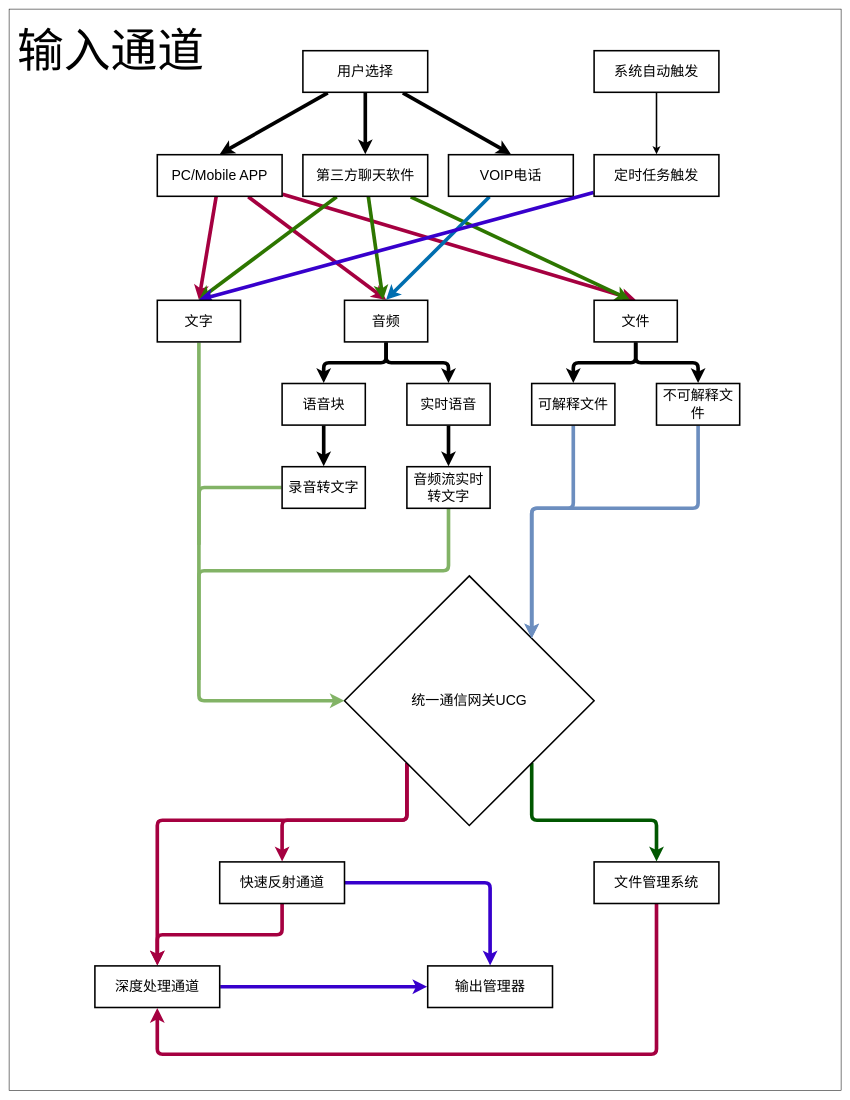
231055558/Entropy_agent keeps this draw.io diagram as doc/dev_doc/overall_dev_chart.drawio. Above is the earlier version. Source tidied: cells renumbered, new cells numbered last; positions are measured from the earlier drawing's top-left corner, leaving out a move shared by most shapes. Both pictures are drawn from the tidied source at 52%, with x=0, y=0 at pixel (9, 9).
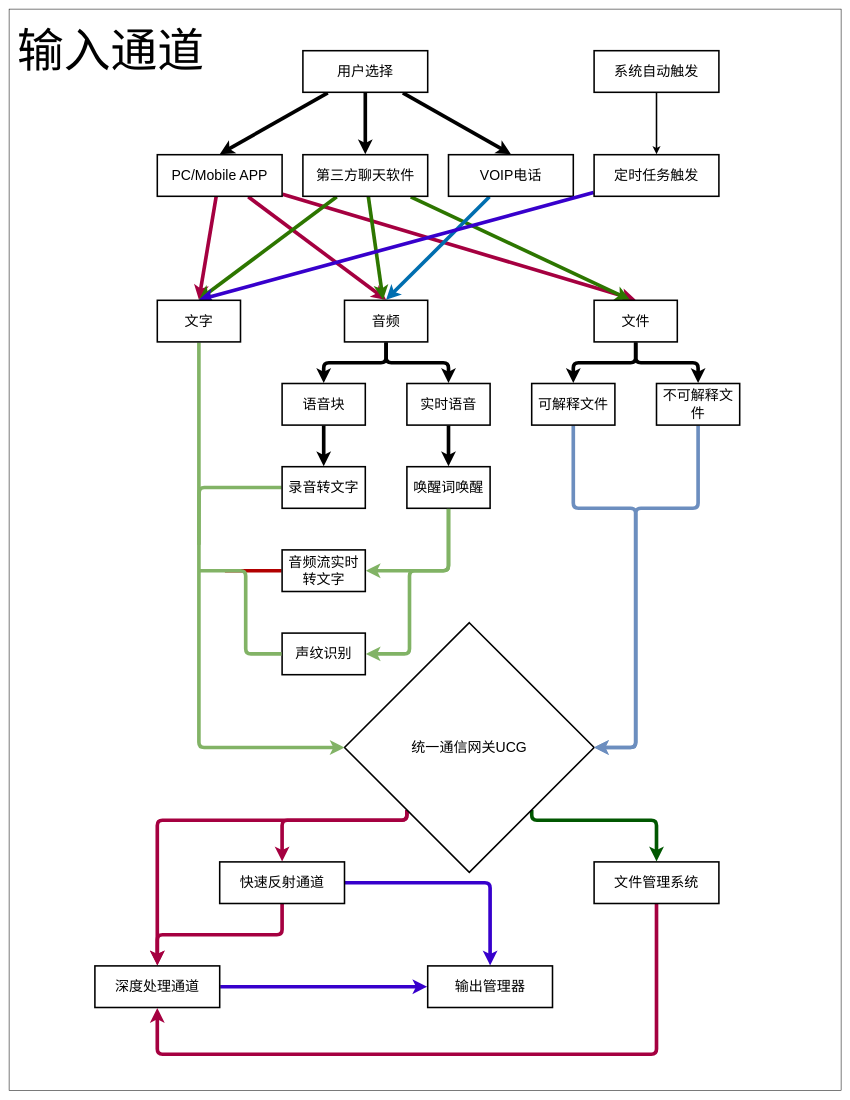
Above is the later version.

Commit message (it also covers changes not shown here):
修改了新的图，语音转文字api依旧有问题

Unchanged cells that the change refers to:
```xml
<mxCell id="26" value="&lt;font style=&quot;font-size: 27px;&quot;&gt;文字&lt;/font&gt;" style="whiteSpace=wrap;html=1;strokeWidth=3;perimeterSpacing=1;" parent="1" vertex="1">
  <mxGeometry x="285" y="560" width="160" height="80" as="geometry" />
</mxCell>
<mxCell id="28" value="&lt;font style=&quot;font-size: 27px;&quot;&gt;实时语音&lt;/font&gt;" style="whiteSpace=wrap;html=1;strokeWidth=3;perimeterSpacing=1;" parent="1" vertex="1">
  <mxGeometry x="765" y="720" width="160" height="80" as="geometry" />
</mxCell>
<mxCell id="38" value="&lt;span style=&quot;font-size: 27px;&quot;&gt;不可解释文件&lt;/span&gt;" style="whiteSpace=wrap;html=1;strokeWidth=3;perimeterSpacing=1;" parent="1" vertex="1">
  <mxGeometry x="1245" y="720" width="160" height="80" as="geometry" />
</mxCell>
<mxCell id="40" value="&lt;span style=&quot;font-size: 27px;&quot;&gt;可解释文件&lt;/span&gt;" style="whiteSpace=wrap;html=1;strokeWidth=3;perimeterSpacing=1;" parent="1" vertex="1">
  <mxGeometry x="1005" y="720" width="160" height="80" as="geometry" />
</mxCell>
```

Change to the diagram source:
```diff
@@
     <mxCell id="24" value="统一通信网关UCG" style="rhombus;whiteSpace=wrap;html=1;strokeWidth=3;fontSize=27;" parent="1" vertex="1">
-      <mxGeometry x="645" y="1090" width="480" height="480" as="geometry" />
+      <mxGeometry x="645" y="1180" width="480" height="480" as="geometry" />
     </mxCell>
     <mxCell id="25" style="edgeStyle=orthogonalEdgeStyle;html=1;entryX=0;entryY=0.5;entryDx=0;entryDy=0;strokeWidth=7;fontSize=27;fillColor=#d5e8d4;strokeColor=#82b366;" parent="1" edge="1" source="26" target="24">
       <mxGeometry relative="1" as="geometry">
         <Array as="points">
-          <mxPoint x="365" y="1330" />
+          <mxPoint x="365" y="1420" />
         </Array>
       </mxGeometry>
     </mxCell>
@@
-    <mxCell id="27" style="edgeStyle=orthogonalEdgeStyle;html=1;entryX=0.5;entryY=0;entryDx=0;entryDy=0;strokeWidth=7;fontSize=27;" parent="1" edge="1" source="28" target="44">
-      <mxGeometry relative="1" as="geometry" />
-    </mxCell>
@@
-    <mxCell id="37" style="edgeStyle=orthogonalEdgeStyle;html=1;entryX=1;entryY=0;entryDx=0;entryDy=0;strokeWidth=7;fontSize=27;endArrow=classic;endFill=1;fillColor=#dae8fc;strokeColor=#6c8ebf;" parent="1" edge="1" source="38" target="24">
+    <mxCell id="37" style="edgeStyle=orthogonalEdgeStyle;html=1;strokeWidth=7;fontSize=27;endArrow=classic;endFill=1;fillColor=#dae8fc;strokeColor=#6c8ebf;" parent="1" edge="1" source="38">
       <mxGeometry relative="1" as="geometry">
+        <mxPoint x="1125" y="1420" as="targetPoint" />
         <Array as="points">
           <mxPoint x="1325" y="960" />
-          <mxPoint x="1005" y="960" />
+          <mxPoint x="1205" y="960" />
+          <mxPoint x="1205" y="1420" />
         </Array>
       </mxGeometry>
     </mxCell>
@@
-    <mxCell id="39" style="edgeStyle=orthogonalEdgeStyle;html=1;entryX=1;entryY=0;entryDx=0;entryDy=0;strokeWidth=7;fontSize=27;endArrow=classic;endFill=1;fillColor=#dae8fc;strokeColor=#6c8ebf;" parent="1" edge="1" source="40" target="24">
+    <mxCell id="39" style="edgeStyle=orthogonalEdgeStyle;html=1;entryX=1;entryY=0.5;entryDx=0;entryDy=0;strokeWidth=7;fontSize=27;endArrow=classic;endFill=1;fillColor=#dae8fc;strokeColor=#6c8ebf;" parent="1" edge="1" source="40" target="24">
       <mxGeometry relative="1" as="geometry">
         <Array as="points">
           <mxPoint x="1085" y="960" />
-          <mxPoint x="1005" y="960" />
+          <mxPoint x="1205" y="960" />
+          <mxPoint x="1205" y="1420" />
         </Array>
       </mxGeometry>
     </mxCell>
@@
-    <mxCell id="43" style="edgeStyle=orthogonalEdgeStyle;html=1;strokeWidth=7;fontSize=27;endArrow=none;endFill=0;fillColor=#d5e8d4;strokeColor=#82b366;" parent="1" edge="1" source="44">
-      <mxGeometry relative="1" as="geometry">
-        <mxPoint x="365" y="1290" as="targetPoint" />
-        <Array as="points">
-          <mxPoint x="845" y="1080" />
-          <mxPoint x="365" y="1080" />
-        </Array>
-      </mxGeometry>
-    </mxCell>
+    <mxCell id="54" style="edgeStyle=orthogonalEdgeStyle;html=1;strokeColor=#B20000;strokeWidth=7;endArrow=none;endFill=0;fillColor=#e51400;" parent="1" edge="1" source="44">
+      <mxGeometry relative="1" as="geometry">
+        <mxPoint x="415" y="1080" as="targetPoint" />
+      </mxGeometry>
+    </mxCell>
     <mxCell id="44" value="&lt;span style=&quot;font-size: 27px;&quot;&gt;音频流实时转文字&lt;/span&gt;" style="whiteSpace=wrap;html=1;strokeWidth=3;perimeterSpacing=1;" parent="1" vertex="1">
-      <mxGeometry x="765" y="880" width="160" height="80" as="geometry" />
+      <mxGeometry x="525" y="1040" width="160" height="80" as="geometry" />
     </mxCell>
@@
+    <mxCell id="55" style="edgeStyle=orthogonalEdgeStyle;html=1;entryX=1;entryY=0.5;entryDx=0;entryDy=0;exitX=0.5;exitY=1;exitDx=0;exitDy=0;strokeWidth=7;fillColor=#60a917;strokeColor=#81b365;" parent="1" edge="1" source="56" target="44">
+      <mxGeometry relative="1" as="geometry" />
+    </mxCell>
+    <mxCell id="56" value="&lt;span style=&quot;font-size: 27px;&quot;&gt;唤醒词唤醒&lt;/span&gt;" style="whiteSpace=wrap;html=1;strokeWidth=3;perimeterSpacing=1;" parent="1" vertex="1">
+      <mxGeometry x="765" y="880" width="160" height="80" as="geometry" />
+    </mxCell>
+    <mxCell id="57" style="edgeStyle=orthogonalEdgeStyle;html=1;strokeWidth=7;fontSize=27;exitX=0.5;exitY=1;exitDx=0;exitDy=0;" parent="1" edge="1" source="28" target="56">
+      <mxGeometry relative="1" as="geometry" />
+    </mxCell>
+    <mxCell id="58" value="&lt;span style=&quot;font-size: 27px;&quot;&gt;声纹识别&lt;/span&gt;" style="whiteSpace=wrap;html=1;strokeWidth=3;perimeterSpacing=1;" parent="1" vertex="1">
+      <mxGeometry x="525" y="1200" width="160" height="80" as="geometry" />
+    </mxCell>
+    <mxCell id="59" style="edgeStyle=orthogonalEdgeStyle;html=1;entryX=1;entryY=0.5;entryDx=0;entryDy=0;exitX=0.5;exitY=1;exitDx=0;exitDy=0;strokeWidth=7;fillColor=#60a917;strokeColor=#81b365;" parent="1" edge="1" source="56" target="58">
+      <mxGeometry relative="1" as="geometry">
+        <Array as="points">
+          <mxPoint x="845" y="1080" />
+          <mxPoint x="770" y="1080" />
+          <mxPoint x="770" y="1240" />
+        </Array>
+      </mxGeometry>
+    </mxCell>
+    <mxCell id="60" style="edgeStyle=orthogonalEdgeStyle;html=1;strokeWidth=7;fontSize=27;endArrow=none;endFill=0;fillColor=#d5e8d4;strokeColor=#82b366;exitX=0;exitY=0.5;exitDx=0;exitDy=0;" parent="1" edge="1" source="58">
+      <mxGeometry relative="1" as="geometry">
+        <mxPoint x="365" y="1080" as="targetPoint" />
+        <Array as="points">
+          <mxPoint x="455" y="1240" />
+          <mxPoint x="455" y="1080" />
+        </Array>
+      </mxGeometry>
+    </mxCell>
```
